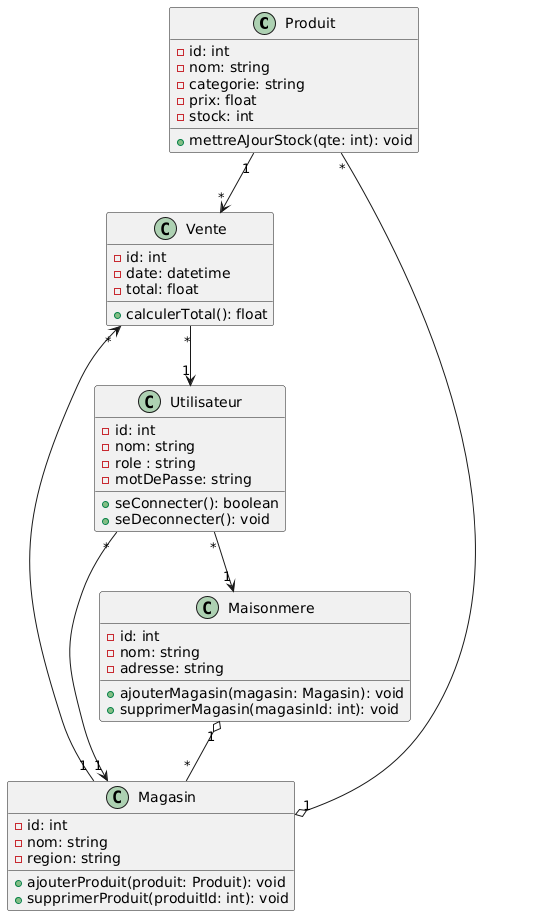
eusebe13/labo3_Log430 keeps this PlantUML diagram as docs/uml/png/diagramme-de-classe.png. Above is the earlier version.
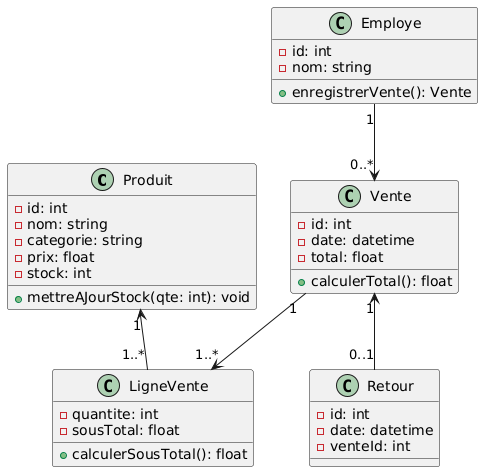
Later version of the same file.

Change to the diagram source:
```diff
@@ -8,31 +8,6 @@
   + mettreAJourStock(qte: int): void
 }
 
-class Magasin {
-  - id: int
-  - nom: string
-  - region: string
-  + ajouterProduit(produit: Produit): void
-  + supprimerProduit(produitId: int): void
-}
-
-class Maisonmere {
-  - id: int
-  - nom: string
-  - adresse: string
-  + ajouterMagasin(magasin: Magasin): void
-  + supprimerMagasin(magasinId: int): void
-}
-
-class Utilisateur {
-  - id: int
-  - nom: string
-  - role : string
-  - motDePasse: string
-  + seConnecter(): boolean
-  + seDeconnecter(): void
-}
-
 class Vente {
   - id: int
   - date: datetime
@@ -40,12 +15,26 @@
   + calculerTotal(): float
 }
 
+class LigneVente {
+  - quantite: int
+  - sousTotal: float
+  + calculerSousTotal(): float
+}
 
-Maisonmere "1" o-- "*" Magasin
-Magasin "1" o-- "*" Produit
-Magasin "1" --> "*" Vente
-Produit "1" --> "*" Vente
-Utilisateur "*" --> "1" Magasin
-Utilisateur "*" --> "1" Maisonmere
-Vente "*" --> "1" Utilisateur
+class Retour {
+  - id: int
+  - date: datetime
+  - venteId: int
+}
+
+class Employe {
+  - id: int
+  - nom: string
+  + enregistrerVente(): Vente
+}
+
+Produit "1" <-- "1..*" LigneVente
+Vente "1" --> "1..*" LigneVente
+Vente "1" <-- "0..1" Retour
+Employe "1" --> "0..*" Vente
 @enduml
```
